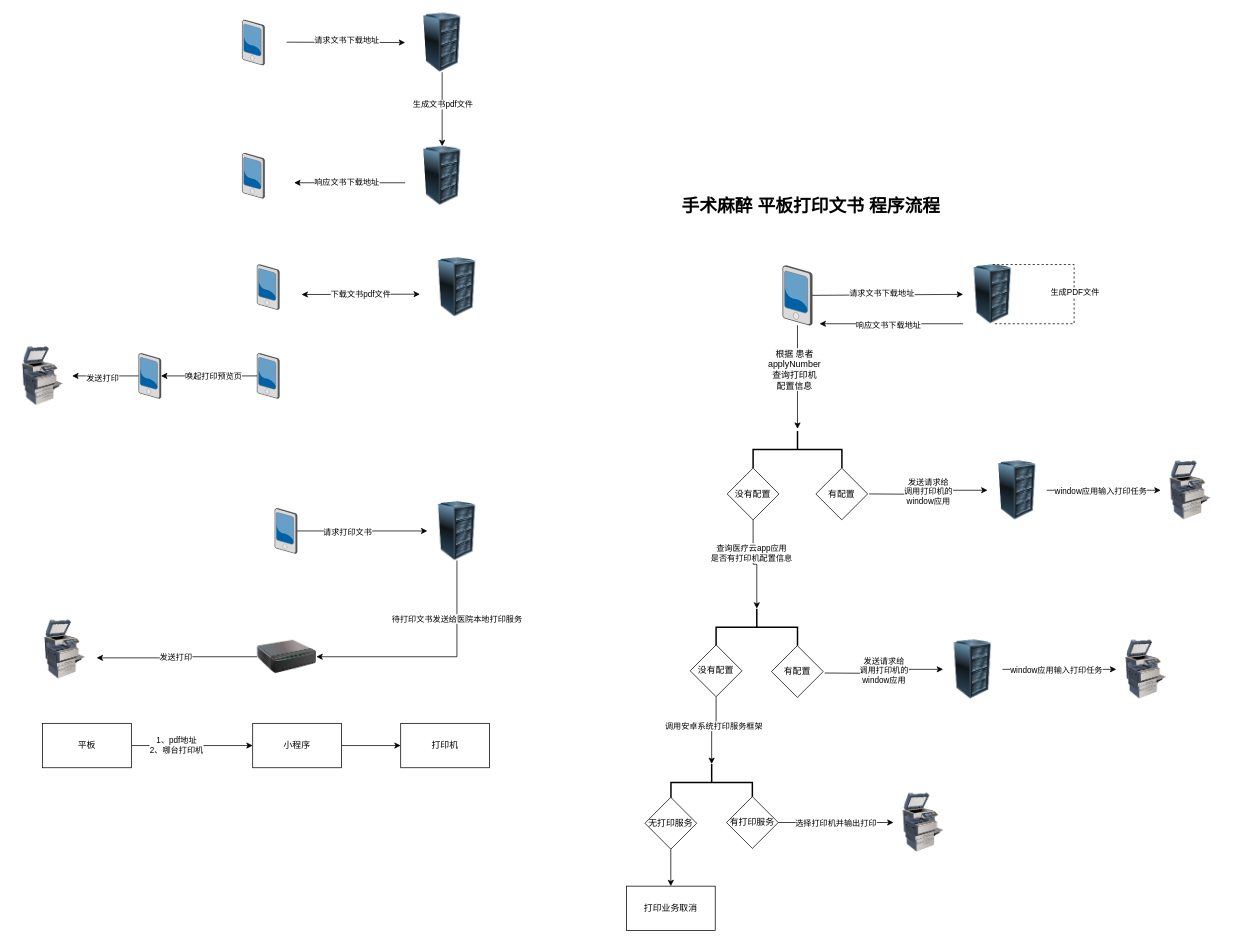
This is print.drawio from tangme/flowchart, a draw.io file, before an edit. Source tidied: cells renumbered, new cells numbered last; positions are measured from the earlier drawing's top-left corner, leaving out a move shared by most shapes. Both pictures are drawn from the tidied source at 74%, with x=0, y=0 at pixel (13, 13).
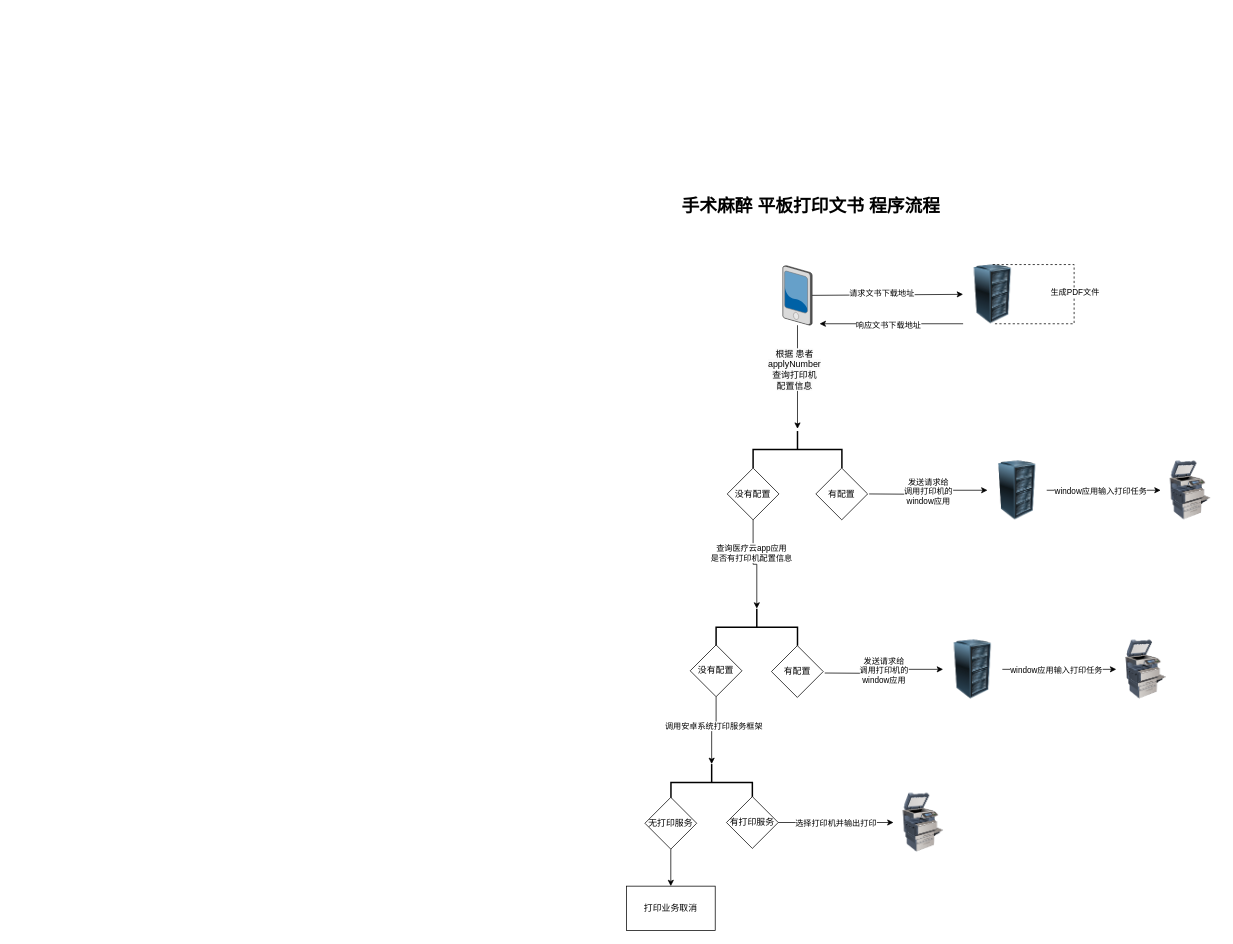
After the change.

What changed in the source:
```diff
@@
-    <mxCell id="2" style="verticalLabelPosition=bottom;sketch=0;html=1;verticalAlign=top;strokeColor=none;align=center;shape=mxgraph.citrix.pda;" parent="1" vertex="1">
-      <mxGeometry x="310" y="9.5" width="30" height="61" as="geometry" />
-    </mxCell>
-    <mxCell id="3" style="edgeStyle=orthogonalEdgeStyle;rounded=0;jettySize=auto;html=1;" parent="1" edge="1" source="5" target="9">
-      <mxGeometry relative="1" as="geometry" />
-    </mxCell>
-    <mxCell id="4" value="生成文书pdf文件" style="edgeLabel;html=1;align=center;verticalAlign=middle;" parent="3" vertex="1">
-      <mxGeometry x="-0.14" relative="1" as="geometry" />
-    </mxCell>
-    <mxCell id="5" style="image;html=1;image=img/lib/clip_art/computers/Server_Rack_128x128.png;" parent="1" vertex="1">
-      <mxGeometry x="540" width="80" height="80" as="geometry" />
-    </mxCell>
-    <mxCell id="6" style="image;html=1;image=img/lib/clip_art/computers/Printer_Commercial_128x128.png;" parent="1" vertex="1">
-      <mxGeometry y="450.5" width="80" height="80" as="geometry" />
-    </mxCell>
-    <mxCell id="7" style="endArrow=classic;html=1;rounded=0;" parent="1" edge="1">
-      <mxGeometry relative="1" as="geometry">
-        <mxPoint x="370" y="39.5" as="sourcePoint" />
-        <mxPoint x="530" y="40" as="targetPoint" />
-      </mxGeometry>
-    </mxCell>
-    <mxCell id="8" value="请求文书下载地址" style="edgeLabel;html=1;align=center;verticalAlign=middle;" parent="7" vertex="1">
-      <mxGeometry x="-0.36" y="3" relative="1" as="geometry">
-        <mxPoint x="29" as="offset" />
-      </mxGeometry>
-    </mxCell>
-    <mxCell id="9" style="image;html=1;image=img/lib/clip_art/computers/Server_Rack_128x128.png;" parent="1" vertex="1">
-      <mxGeometry x="540" y="180" width="80" height="80" as="geometry" />
-    </mxCell>
-    <mxCell id="10" style="verticalLabelPosition=bottom;sketch=0;html=1;verticalAlign=top;strokeColor=none;align=center;shape=mxgraph.citrix.pda;" parent="1" vertex="1">
-      <mxGeometry x="310" y="189.5" width="30" height="61" as="geometry" />
-    </mxCell>
-    <mxCell id="11" style="endArrow=classic;html=1;rounded=0;" parent="1" edge="1">
-      <mxGeometry relative="1" as="geometry">
-        <mxPoint x="530" y="229.5" as="sourcePoint" />
-        <mxPoint x="380" y="229.5" as="targetPoint" />
-      </mxGeometry>
-    </mxCell>
-    <mxCell id="12" value="响应文书下载地址" style="edgeLabel;html=1;align=center;verticalAlign=middle;" parent="11" vertex="1">
-      <mxGeometry x="0.31" y="-1" relative="1" as="geometry">
-        <mxPoint x="18" as="offset" />
-      </mxGeometry>
-    </mxCell>
-    <mxCell id="13" style="verticalLabelPosition=bottom;sketch=0;html=1;verticalAlign=top;strokeColor=none;align=center;shape=mxgraph.citrix.pda;" parent="1" vertex="1">
-      <mxGeometry x="330" y="340" width="30" height="61" as="geometry" />
-    </mxCell>
-    <mxCell id="14" style="image;html=1;image=img/lib/clip_art/computers/Server_Rack_128x128.png;" parent="1" vertex="1">
-      <mxGeometry x="560" y="330.5" width="80" height="80" as="geometry" />
-    </mxCell>
-    <mxCell id="15" style="endArrow=classic;startArrow=classic;html=1;rounded=0;" parent="1" edge="1">
-      <mxGeometry relative="1" as="geometry">
-        <mxPoint x="390" y="380.5" as="sourcePoint" />
-        <mxPoint x="550" y="380" as="targetPoint" />
-      </mxGeometry>
-    </mxCell>
-    <mxCell id="16" value="下载文书pdf文件" style="edgeLabel;html=1;align=center;verticalAlign=middle;" parent="15" vertex="1">
-      <mxGeometry x="-0.47" y="1" relative="1" as="geometry">
-        <mxPoint x="38" as="offset" />
-      </mxGeometry>
-    </mxCell>
-    <mxCell id="17" style="edgeStyle=orthogonalEdgeStyle;rounded=0;jettySize=auto;html=1;" parent="1" edge="1" source="19" target="22">
-      <mxGeometry relative="1" as="geometry" />
-    </mxCell>
-    <mxCell id="18" value="唤起打印预览页" style="edgeLabel;html=1;align=center;verticalAlign=middle;" parent="17" vertex="1">
-      <mxGeometry x="0.17" relative="1" as="geometry">
-        <mxPoint x="16" as="offset" />
-      </mxGeometry>
-    </mxCell>
-    <mxCell id="19" style="verticalLabelPosition=bottom;sketch=0;html=1;verticalAlign=top;strokeColor=none;align=center;outlineConnect=0;shape=mxgraph.citrix.pda;" parent="1" vertex="1">
-      <mxGeometry x="330" y="460" width="30" height="61" as="geometry" />
-    </mxCell>
-    <mxCell id="20" style="edgeStyle=orthogonalEdgeStyle;rounded=0;jettySize=auto;html=1;" parent="1" edge="1" source="22" target="6">
-      <mxGeometry relative="1" as="geometry" />
-    </mxCell>
-    <mxCell id="21" value="发送打印" style="edgeLabel;html=1;align=center;verticalAlign=middle;" parent="20" vertex="1">
-      <mxGeometry x="0.11" y="3" relative="1" as="geometry" />
-    </mxCell>
-    <mxCell id="22" style="verticalLabelPosition=bottom;sketch=0;html=1;verticalAlign=top;strokeColor=none;align=center;outlineConnect=0;shape=mxgraph.citrix.pda;" parent="1" vertex="1">
-      <mxGeometry x="170" y="460" width="30" height="61" as="geometry" />
-    </mxCell>
-    <mxCell id="23" style="edgeStyle=orthogonalEdgeStyle;rounded=0;jettySize=auto;html=1;" parent="1" edge="1" source="25" target="29">
-      <mxGeometry relative="1" as="geometry" />
-    </mxCell>
-    <mxCell id="24" value="请求打印文书" style="edgeLabel;html=1;align=center;verticalAlign=middle;" parent="23" vertex="1">
-      <mxGeometry x="-0.24" relative="1" as="geometry">
-        <mxPoint y="1" as="offset" />
-      </mxGeometry>
-    </mxCell>
-    <mxCell id="25" style="verticalLabelPosition=bottom;sketch=0;html=1;verticalAlign=top;strokeColor=none;align=center;outlineConnect=0;shape=mxgraph.citrix.pda;" parent="1" vertex="1">
-      <mxGeometry x="354" y="669.5" width="30" height="61" as="geometry" />
-    </mxCell>
-    <mxCell id="26" style="image;html=1;image=img/lib/clip_art/computers/Printer_Commercial_128x128.png;" parent="1" vertex="1">
-      <mxGeometry x="30" y="820" width="80" height="80" as="geometry" />
-    </mxCell>
-    <mxCell id="27" style="edgeStyle=orthogonalEdgeStyle;rounded=0;jettySize=auto;html=1;entryX=1;entryY=0.5;entryDx=0;entryDy=0;" parent="1" edge="1" source="29" target="32">
-      <mxGeometry relative="1" as="geometry">
-        <Array as="points">
-          <mxPoint x="600" y="870" />
-        </Array>
-      </mxGeometry>
-    </mxCell>
-    <mxCell id="28" value="待打印文书发送给医院本地打印服务" style="edgeLabel;html=1;align=center;verticalAlign=middle;" parent="27" vertex="1">
-      <mxGeometry x="-0.52" y="-1" relative="1" as="geometry">
-        <mxPoint y="1" as="offset" />
-      </mxGeometry>
-    </mxCell>
-    <mxCell id="29" style="image;html=1;image=img/lib/clip_art/computers/Server_Rack_128x128.png;" parent="1" vertex="1">
-      <mxGeometry x="560" y="660" width="80" height="80" as="geometry" />
-    </mxCell>
-    <mxCell id="30" style="edgeStyle=orthogonalEdgeStyle;rounded=0;jettySize=auto;html=1;entryX=1.038;entryY=0.644;entryDx=0;entryDy=0;entryPerimeter=0;" parent="1" edge="1" source="32" target="26">
-      <mxGeometry relative="1" as="geometry">
-        <Array as="points">
-          <mxPoint x="220" y="870" />
-          <mxPoint x="220" y="871" />
-        </Array>
-      </mxGeometry>
-    </mxCell>
-    <mxCell id="31" value="发送打印" style="edgeLabel;html=1;align=center;verticalAlign=middle;" parent="30" vertex="1">
-      <mxGeometry x="0.4" y="-3" relative="1" as="geometry">
-        <mxPoint x="41" y="2" as="offset" />
-      </mxGeometry>
-    </mxCell>
-    <mxCell id="32" style="image;html=1;image=img/lib/clip_art/networking/Print_Server_128x128.png;" parent="1" vertex="1">
-      <mxGeometry x="330" y="830" width="80" height="80" as="geometry" />
-    </mxCell>
-    <mxCell id="33" style="edgeStyle=orthogonalEdgeStyle;rounded=0;jettySize=auto;html=1;" parent="1" edge="1" source="35" target="37">
-      <mxGeometry relative="1" as="geometry" />
-    </mxCell>
-    <mxCell id="34" value="1、pdf地址&lt;br&gt;2、哪台打印机" style="edgeLabel;html=1;align=center;verticalAlign=middle;" parent="33" vertex="1">
-      <mxGeometry x="-0.27" y="1" relative="1" as="geometry" />
-    </mxCell>
-    <mxCell id="35" value="平板" style="rounded=0;whiteSpace=wrap;html=1;" parent="1" vertex="1">
-      <mxGeometry x="40" y="960" width="120" height="60" as="geometry" />
-    </mxCell>
-    <mxCell id="36" style="edgeStyle=orthogonalEdgeStyle;rounded=0;jettySize=auto;html=1;" parent="1" edge="1" source="37" target="38">
-      <mxGeometry relative="1" as="geometry" />
-    </mxCell>
-    <mxCell id="37" value="小程序" style="rounded=0;whiteSpace=wrap;html=1;" parent="1" vertex="1">
-      <mxGeometry x="324" y="960" width="120" height="60" as="geometry" />
-    </mxCell>
-    <mxCell id="38" value="打印机" style="rounded=0;whiteSpace=wrap;html=1;" parent="1" vertex="1">
-      <mxGeometry x="524" y="960" width="120" height="60" as="geometry" />
-    </mxCell>
```
